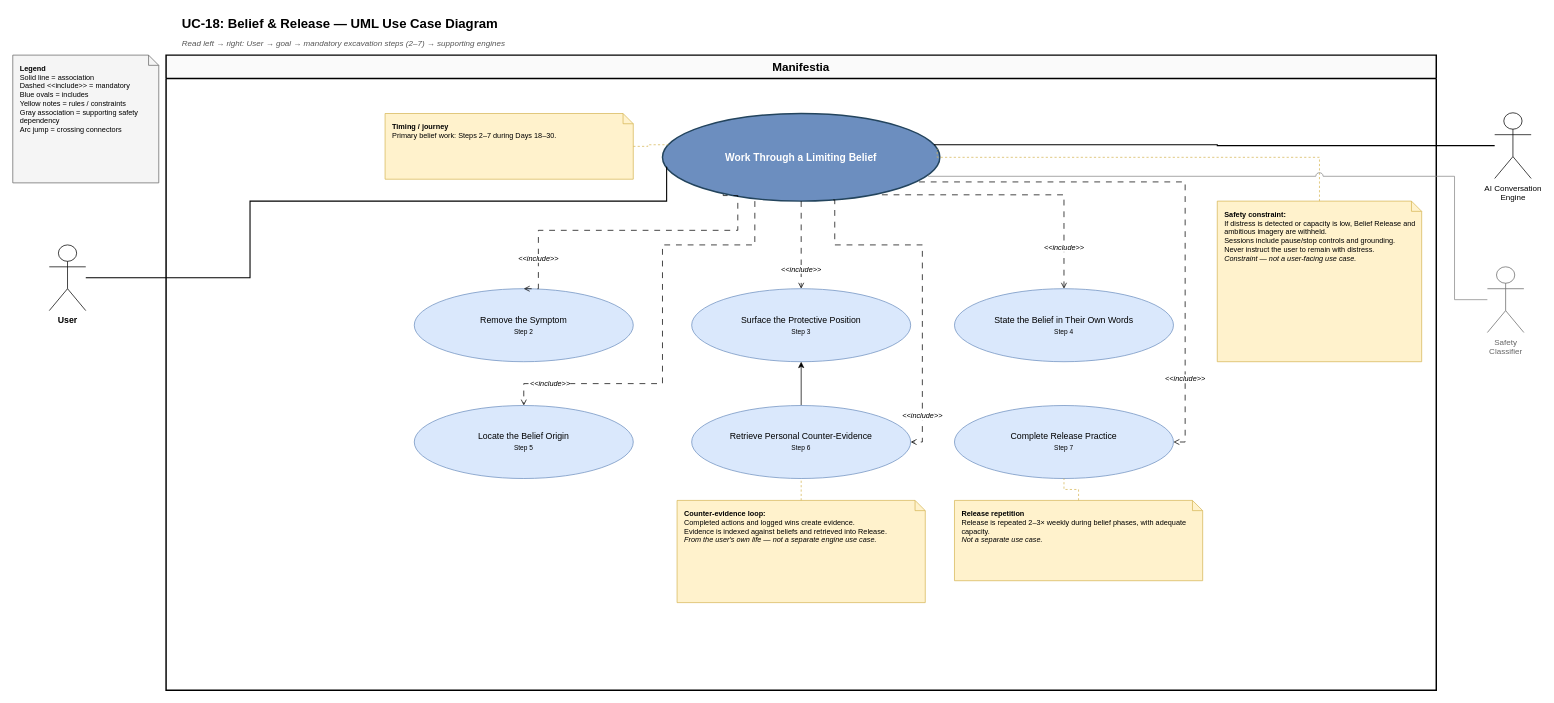
Before: UC-18-Belief-Release.drawio in ayush-itt/manifestia-usecase-diagram, a draw.io diagram. Source tidied: cells renumbered, new cells numbered last; positions are measured from the earlier drawing's top-left corner, leaving out a move shared by most shapes. Both pictures are drawn from the tidied source at 73%, with x=0, y=0 at pixel (12, 12).
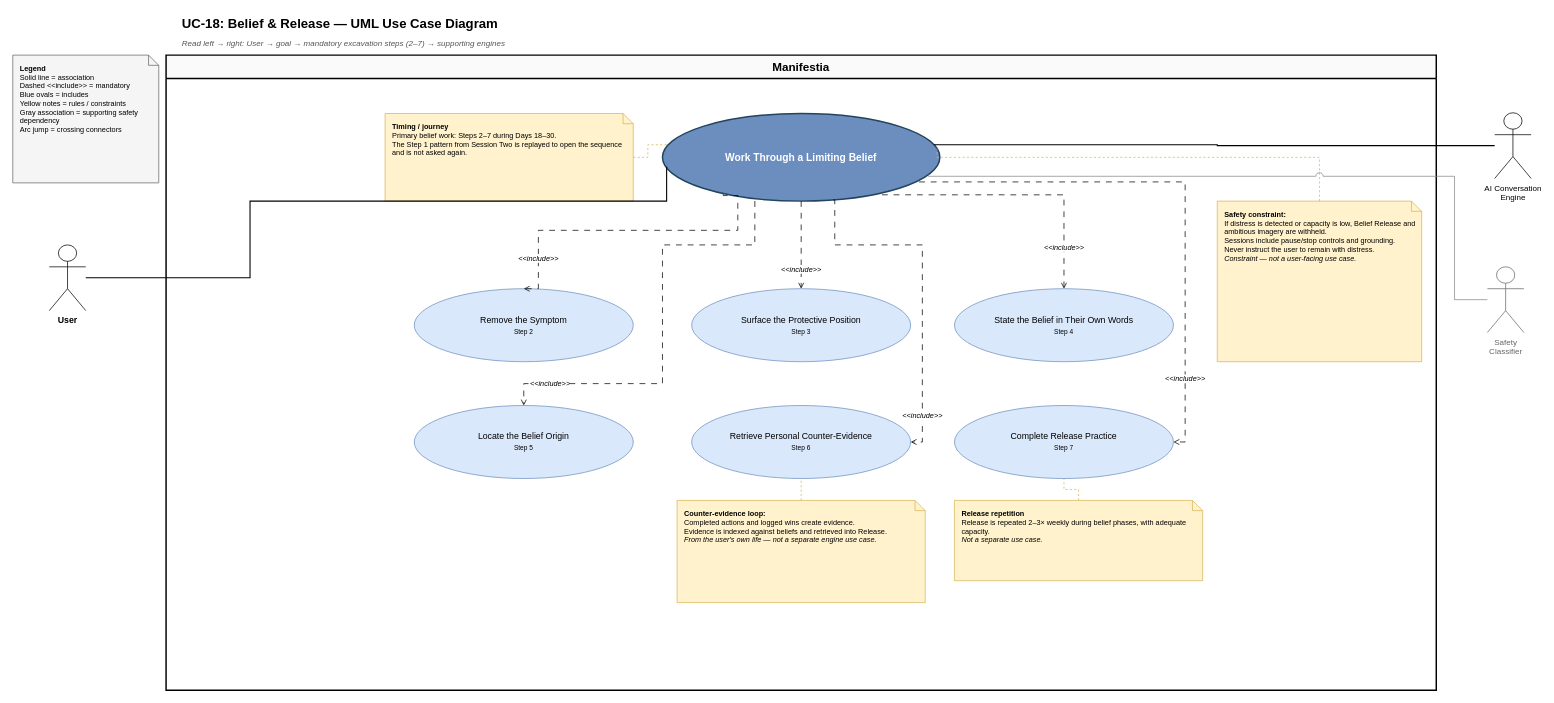
The same diagram, later.

Unchanged cells that the change refers to:
```xml
<mxCell id="8" value="Manifestia" style="swimlane;startSize=32;horizontal=1;fillColor=#fafafa;strokeColor=#000000;strokeWidth=2;fontStyle=1;fontSize=16;html=1;whiteSpace=wrap;" parent="1" vertex="1">
  <mxGeometry x="210" y="58" width="1740" height="870" as="geometry" />
</mxCell>
<mxCell id="12" value="Surface the Protective Position&lt;br&gt;&lt;font style=&quot;font-size:9px&quot;&gt;Step 3&lt;/font&gt;" style="ellipse;whiteSpace=wrap;html=1;fillColor=#dae8fc;strokeColor=#6c8ebf;fontSize=12;align=center;" parent="8" vertex="1">
  <mxGeometry x="720" y="320" width="300" height="100" as="geometry" />
</mxCell>
<mxCell id="16" value="Retrieve Personal Counter-Evidence&lt;br&gt;&lt;font style=&quot;font-size:9px&quot;&gt;Step 6&lt;/font&gt;" style="ellipse;whiteSpace=wrap;html=1;fillColor=#dae8fc;strokeColor=#6c8ebf;fontSize=12;align=center;" parent="8" vertex="1">
  <mxGeometry x="720" y="480" width="300" height="100" as="geometry" />
</mxCell>
```

Diff of the diagram source:
```diff
@@
-    <mxCell id="9" value="&lt;b&gt;Timing / journey&lt;/b&gt;&lt;br&gt;Primary belief work: Steps 2–7 during Days 18–30." style="shape=note;whiteSpace=wrap;html=1;size=14;fillColor=#fff2cc;strokeColor=#d6b656;align=left;spacingLeft=8;spacingRight=8;spacingTop=6;fontSize=10;verticalAlign=top;" parent="8" vertex="1">
-      <mxGeometry x="300" y="80" width="340" height="90" as="geometry" />
+    <mxCell id="9" value="&lt;b&gt;Timing / journey&lt;/b&gt;&lt;br&gt;Primary belief work: Steps 2–7 during Days 18–30.&lt;br&gt;The Step 1 pattern from Session Two is replayed to open the sequence and is not asked again." style="shape=note;whiteSpace=wrap;html=1;size=14;fillColor=#fff2cc;strokeColor=#d6b656;align=left;spacingLeft=8;spacingRight=8;spacingTop=6;fontSize=10;verticalAlign=top;" parent="8" vertex="1">
+      <mxGeometry x="300" y="80" width="340" height="120" as="geometry" />
     </mxCell>
@@
-    <mxCell id="15" style="edgeStyle=orthogonalEdgeStyle;rounded=0;jettySize=auto;html=1;" parent="8" edge="1" source="16" target="12">
-      <mxGeometry relative="1" as="geometry" />
-    </mxCell>
```
